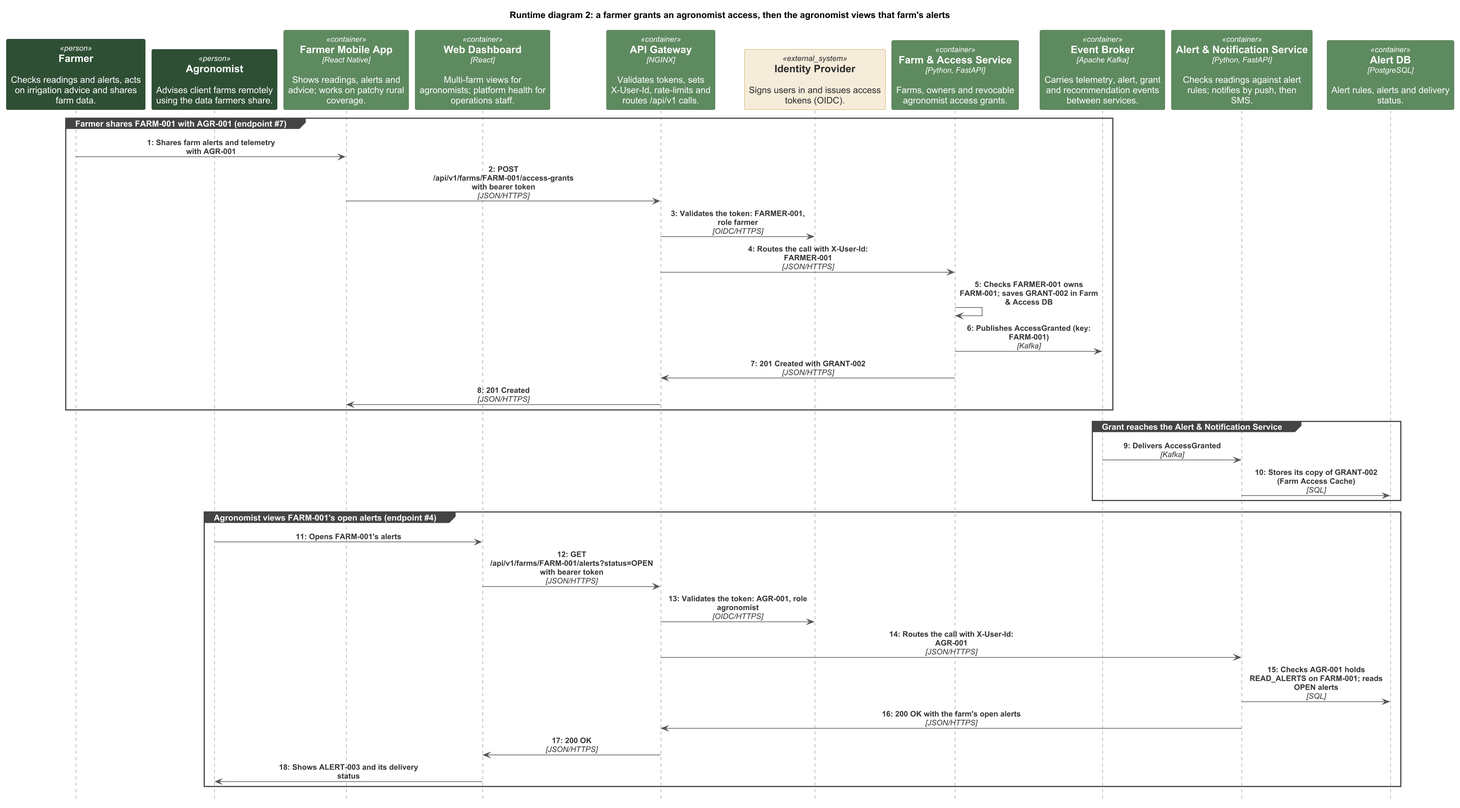
The PlantUML diagram docs/diagrams/runtime-2-grant-access.png in shikhar-s-7/ozagrimate-platform-G24, before a commit.
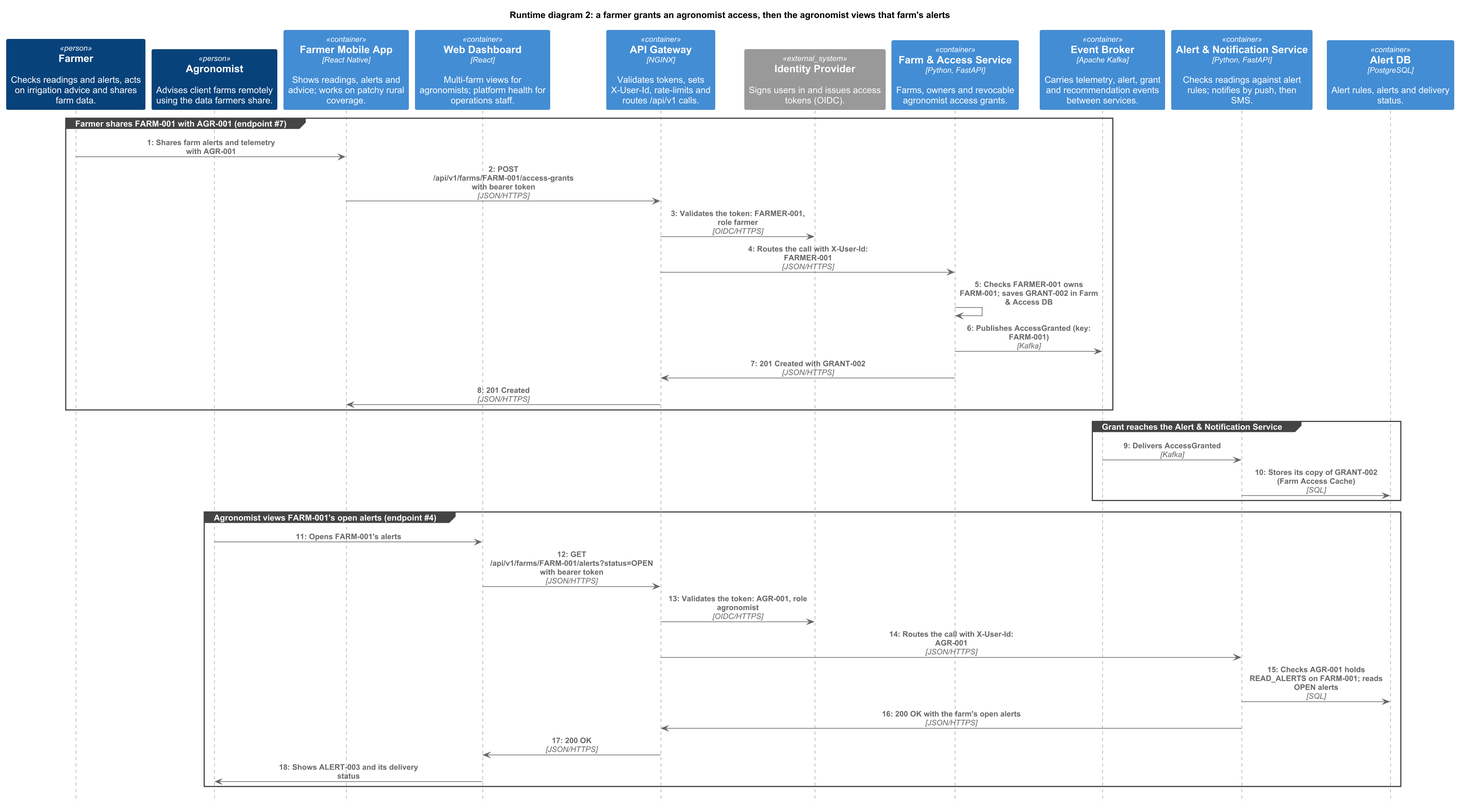
After the commit.

Change to the diagram source:
```diff
@@ -1,6 +1,8 @@
 @startuml runtime-2-grant-access
 !include <C4/C4_Sequence>
-!include ozagrimate-theme.puml
+skinparam dpi 150
+skinparam wrapWidth 220
+skinparam defaultFontName Arial
 SHOW_PERSON_OUTLINE()
 SHOW_ELEMENT_DESCRIPTIONS()
 SHOW_INDEX()
```
